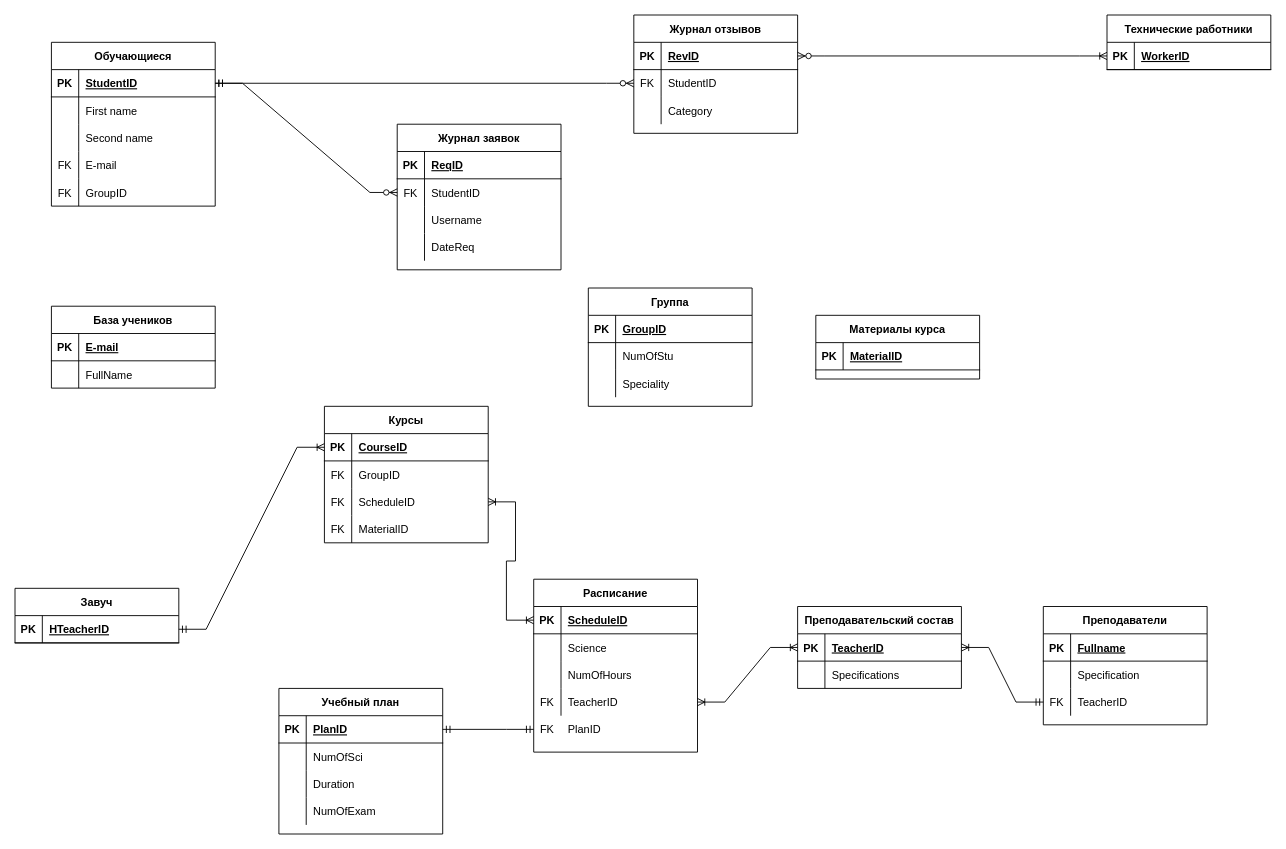
Before: ER.drawio in JKtheeone/Online-School, a draw.io diagram. Source tidied: cells renumbered, new cells numbered last; positions are measured from the earlier drawing's top-left corner, leaving out a move shared by most shapes. Both pictures are drawn from the tidied source at 91%, with x=0, y=0 at pixel (15, 15).
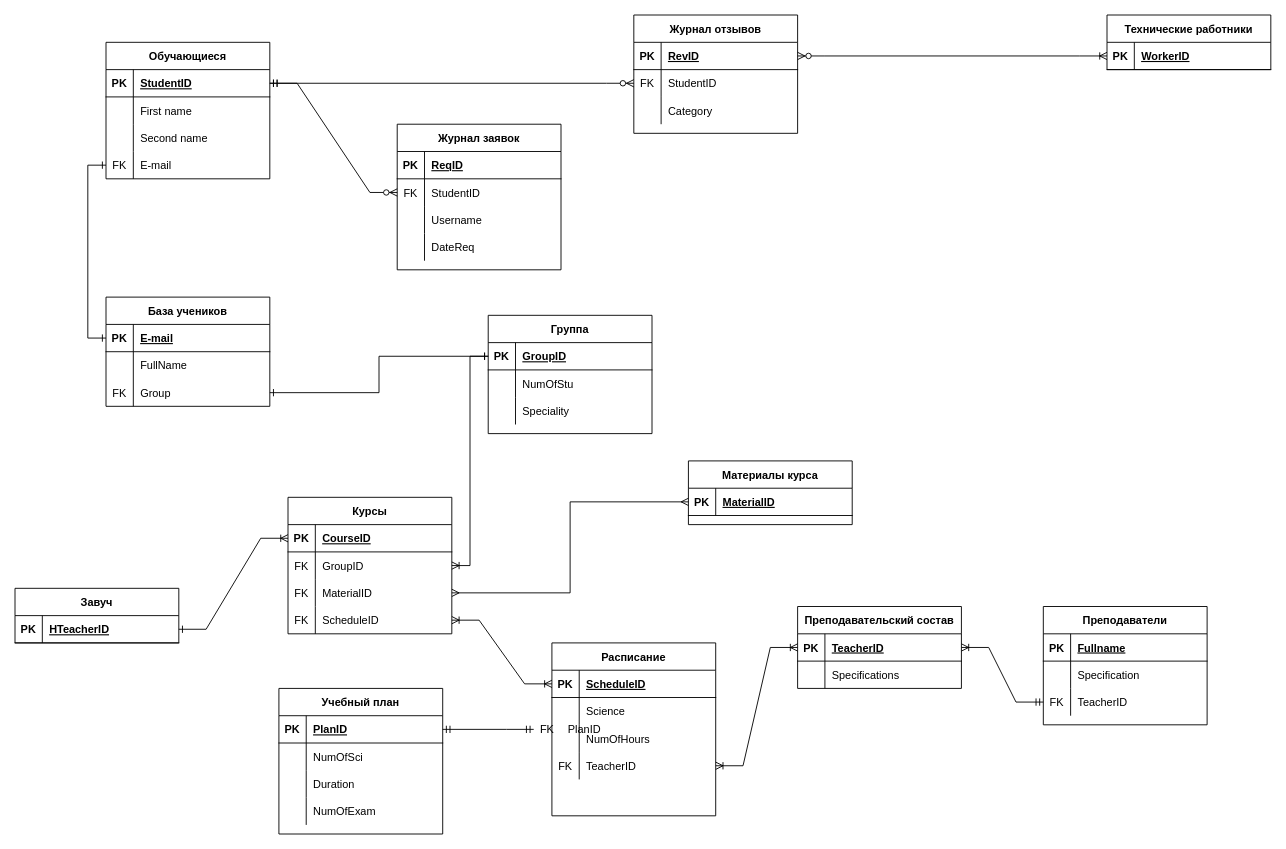
The same diagram, later.

The change refers to these unchanged cells:
```xml
<mxCell id="12" style="shape=partialRectangle;fillColor=none;top=0;left=0;bottom=0;right=0;points=[[0,0.5],[1,0.5]];portConstraint=eastwest;" parent="2" vertex="1">
  <mxGeometry y="120" width="180" height="30" as="geometry" />
</mxCell>
<mxCell id="46" style="shape=partialRectangle;fillColor=none;top=0;left=0;bottom=1;right=0;points=[[0,0.5],[1,0.5]];portConstraint=eastwest;" parent="45" vertex="1">
  <mxGeometry y="30" width="180" height="30" as="geometry" />
</mxCell>
<mxCell id="63" style="shape=partialRectangle;fillColor=none;top=0;left=0;bottom=1;right=0;points=[[0,0.5],[1,0.5]];portConstraint=eastwest;" parent="62" vertex="1">
  <mxGeometry y="30" width="180" height="30" as="geometry" />
</mxCell>
<mxCell id="76" style="shape=partialRectangle;fillColor=none;top=0;left=0;bottom=1;right=0;points=[[0,0.5],[1,0.5]];portConstraint=eastwest;" parent="75" vertex="1">
  <mxGeometry y="30" width="180" height="30" as="geometry" />
</mxCell>
<mxCell id="79" style="shape=partialRectangle;fillColor=none;top=0;left=0;bottom=0;right=0;points=[[0,0.5],[1,0.5]];portConstraint=eastwest;" parent="75" vertex="1">
  <mxGeometry y="60" width="180" height="30" as="geometry" />
</mxCell>
<mxCell id="82" style="shape=partialRectangle;fillColor=none;top=0;left=0;bottom=0;right=0;points=[[0,0.5],[1,0.5]];portConstraint=eastwest;" parent="75" vertex="1">
  <mxGeometry y="90" width="180" height="30" as="geometry" />
</mxCell>
<mxCell id="85" style="shape=partialRectangle;fillColor=none;top=0;left=0;bottom=0;right=0;points=[[0,0.5],[1,0.5]];portConstraint=eastwest;" parent="75" vertex="1">
  <mxGeometry y="120" width="180" height="30" as="geometry" />
</mxCell>
<mxCell id="117" style="shape=partialRectangle;fillColor=none;top=0;left=0;bottom=1;right=0;points=[[0,0.5],[1,0.5]];portConstraint=eastwest;fontColor=default;strokeColor=default;" parent="116" vertex="1">
  <mxGeometry y="30" width="180" height="30" as="geometry" />
</mxCell>
<mxCell id="127" style="shape=partialRectangle;fillColor=none;top=0;left=0;bottom=1;right=0;points=[[0,0.5],[1,0.5]];portConstraint=eastwest;fontColor=default;strokeColor=default;" parent="126" vertex="1">
  <mxGeometry y="30" width="180" height="30" as="geometry" />
</mxCell>
<mxCell id="131" style="shape=partialRectangle;fillColor=none;top=0;left=0;bottom=1;right=0;points=[[0,0.5],[1,0.5]];portConstraint=eastwest;fontColor=default;strokeColor=default;" parent="130" vertex="1">
  <mxGeometry y="30" width="180" height="30" as="geometry" />
</mxCell>
```

The edit, as a diff of the source:
```diff
@@
     <mxCell id="2" value="Обучающиеся" style="shape=table;startSize=30;childLayout=tableLayout;rowLines=0;fontStyle=1;align=center;fillColor=default;strokeColor=default;fontColor=default;" parent="1" vertex="1">
-      <mxGeometry x="40" y="30" width="180" height="180" as="geometry" />
+      <mxGeometry x="100" y="30" width="180" height="150" as="geometry" />
     </mxCell>
@@
-    <mxCell id="15" style="shape=partialRectangle;fillColor=none;top=0;left=0;bottom=0;right=0;" parent="2" vertex="1">
-      <mxGeometry y="150" width="180" height="30" as="geometry" />
-    </mxCell>
-    <mxCell id="16" value="FK" style="shape=partialRectangle;fillColor=none;top=0;left=0;bottom=0;right=0;overflow=hidden;fontColor=default;" parent="15" vertex="1">
-      <mxGeometry width="30" height="30" as="geometry" />
-    </mxCell>
-    <mxCell id="17" value="GroupID" style="shape=partialRectangle;fillColor=none;top=0;left=0;bottom=0;right=0;align=left;spacingLeft=6;overflow=hidden;fontColor=default;" parent="15" vertex="1">
-      <mxGeometry x="30" width="150" height="30" as="geometry" />
-    </mxCell>
@@
     <mxCell id="62" value="Расписание" style="shape=table;startSize=30;childLayout=tableLayout;rowLines=0;fontStyle=1;align=center;" parent="1" vertex="1">
-      <mxGeometry x="570" y="620" width="180" height="190" as="geometry" />
+      <mxGeometry x="590" y="690" width="180" height="190" as="geometry" />
     </mxCell>
@@
     <mxCell id="75" value="Курсы" style="shape=table;startSize=30;childLayout=tableLayout;rowLines=0;fontStyle=1;align=center;fillColor=default;strokeColor=default;fontColor=default;" parent="1" vertex="1">
-      <mxGeometry x="340" y="430" width="180" height="150" as="geometry" />
+      <mxGeometry x="300" y="530" width="180" height="150" as="geometry" />
     </mxCell>
@@
-    <mxCell id="84" value="ScheduleID" style="shape=partialRectangle;fillColor=none;top=0;left=0;bottom=0;right=0;align=left;spacingLeft=6;overflow=hidden;" parent="82" vertex="1">
+    <mxCell id="84" value="MaterialID" style="shape=partialRectangle;fillColor=none;top=0;left=0;bottom=0;right=0;align=left;spacingLeft=6;overflow=hidden;" parent="82" vertex="1">
       <mxGeometry x="30" width="150" height="30" as="geometry" />
     </mxCell>
@@
-    <mxCell id="87" value="MaterialID" style="shape=partialRectangle;fillColor=none;top=0;left=0;bottom=0;right=0;align=left;spacingLeft=6;overflow=hidden;fontColor=default;" parent="85" vertex="1">
+    <mxCell id="87" value="ScheduleID" style="shape=partialRectangle;fillColor=none;top=0;left=0;bottom=0;right=0;align=left;spacingLeft=6;overflow=hidden;fontColor=default;" parent="85" vertex="1">
       <mxGeometry x="30" width="150" height="30" as="geometry" />
     </mxCell>
@@
-    <mxCell id="114" style="edgeStyle=entityRelationEdgeStyle;fontSize=12;html=1;endArrow=ERoneToMany;startArrow=ERmandOne;rounded=0;exitX=1;exitY=0.5;exitDx=0;exitDy=0;entryX=0;entryY=0.5;entryDx=0;entryDy=0;" parent="1" edge="1" source="46" target="76">
+    <mxCell id="114" style="edgeStyle=entityRelationEdgeStyle;fontSize=12;html=1;endArrow=ERoneToMany;startArrow=ERone;rounded=0;exitX=1;exitY=0.5;exitDx=0;exitDy=0;entryX=0;entryY=0.5;entryDx=0;entryDy=0;startFill=0;" parent="1" edge="1" source="46" target="76">
       <mxGeometry relative="1" as="geometry" />
     </mxCell>
-    <mxCell id="115" style="edgeStyle=entityRelationEdgeStyle;fontSize=12;html=1;endArrow=ERoneToMany;startArrow=ERoneToMany;rounded=0;exitX=1;exitY=0.5;exitDx=0;exitDy=0;entryX=0;entryY=0.5;entryDx=0;entryDy=0;" parent="1" edge="1" source="82" target="63">
+    <mxCell id="115" style="edgeStyle=entityRelationEdgeStyle;fontSize=12;html=1;endArrow=ERoneToMany;startArrow=ERoneToMany;rounded=0;exitX=1;exitY=0.5;exitDx=0;exitDy=0;entryX=0;entryY=0.5;entryDx=0;entryDy=0;" parent="1" edge="1" source="85" target="63">
       <mxGeometry relative="1" as="geometry" />
     </mxCell>
     <mxCell id="116" value="Группа" style="shape=table;startSize=30;childLayout=tableLayout;rowLines=0;fontStyle=1;align=center;fontColor=default;strokeColor=default;fillColor=default;" parent="1" vertex="1">
-      <mxGeometry x="630" y="300" width="180" height="130" as="geometry" />
+      <mxGeometry x="520" y="330" width="180" height="130" as="geometry" />
     </mxCell>
@@
     <mxCell id="126" value="Материалы курса" style="shape=table;startSize=30;childLayout=tableLayout;rowLines=0;fontStyle=1;align=center;fontColor=default;strokeColor=default;fillColor=default;" parent="1" vertex="1">
-      <mxGeometry x="880" y="330" width="180" height="70" as="geometry" />
+      <mxGeometry x="740" y="490" width="180" height="70" as="geometry" />
     </mxCell>
@@
     <mxCell id="130" value="База учеников" style="shape=table;startSize=30;childLayout=tableLayout;rowLines=0;fontStyle=1;align=center;fontColor=default;strokeColor=default;fillColor=default;" parent="1" vertex="1">
-      <mxGeometry x="40" y="320" width="180" height="90" as="geometry" />
+      <mxGeometry x="100" y="310" width="180" height="120" as="geometry" />
     </mxCell>
@@
+    <mxCell id="137" style="shape=partialRectangle;fillColor=none;top=0;left=0;bottom=0;right=0;points=[[0,0.5],[1,0.5]];portConstraint=eastwest;fontColor=default;strokeColor=default;" parent="130" vertex="1">
+      <mxGeometry y="90" width="180" height="30" as="geometry" />
+    </mxCell>
+    <mxCell id="16" value="FK" style="shape=partialRectangle;fillColor=none;top=0;left=0;bottom=0;right=0;overflow=hidden;fontColor=default;strokeColor=default;" parent="137" vertex="1">
+      <mxGeometry width="30" height="30" as="geometry" />
+    </mxCell>
+    <mxCell id="138" value="Group" style="shape=partialRectangle;fillColor=none;top=0;left=0;bottom=0;right=0;align=left;spacingLeft=6;overflow=hidden;fontColor=default;strokeColor=default;" parent="137" vertex="1">
+      <mxGeometry x="30" width="150" height="30" as="geometry" />
+    </mxCell>
+    <mxCell id="139" style="edgeStyle=orthogonalEdgeStyle;rounded=0;jettySize=auto;html=1;exitX=0;exitY=0.5;exitDx=0;exitDy=0;entryX=1;entryY=0.5;entryDx=0;entryDy=0;startArrow=ERmany;startFill=0;endArrow=ERmany;endFill=0;" parent="1" edge="1" source="127" target="82">
+      <mxGeometry relative="1" as="geometry" />
+    </mxCell>
+    <mxCell id="140" style="edgeStyle=orthogonalEdgeStyle;rounded=0;jettySize=auto;html=1;exitX=0;exitY=0.5;exitDx=0;exitDy=0;entryX=0;entryY=0.5;entryDx=0;entryDy=0;startArrow=ERone;startFill=0;endArrow=ERone;endFill=0;" parent="1" edge="1" source="12" target="131">
+      <mxGeometry relative="1" as="geometry" />
+    </mxCell>
+    <mxCell id="141" style="edgeStyle=orthogonalEdgeStyle;rounded=0;jettySize=auto;html=1;exitX=0;exitY=0.5;exitDx=0;exitDy=0;entryX=1;entryY=0.5;entryDx=0;entryDy=0;startArrow=ERone;startFill=0;endArrow=ERoneToMany;endFill=0;" parent="1" edge="1" source="117" target="79">
+      <mxGeometry relative="1" as="geometry" />
+    </mxCell>
+    <mxCell id="142" style="edgeStyle=orthogonalEdgeStyle;rounded=0;jettySize=auto;html=1;exitX=0;exitY=0.5;exitDx=0;exitDy=0;entryX=1;entryY=0.5;entryDx=0;entryDy=0;startArrow=ERone;startFill=0;endArrow=ERone;endFill=0;" parent="1" edge="1" source="117" target="137">
+      <mxGeometry relative="1" as="geometry" />
+    </mxCell>
```
